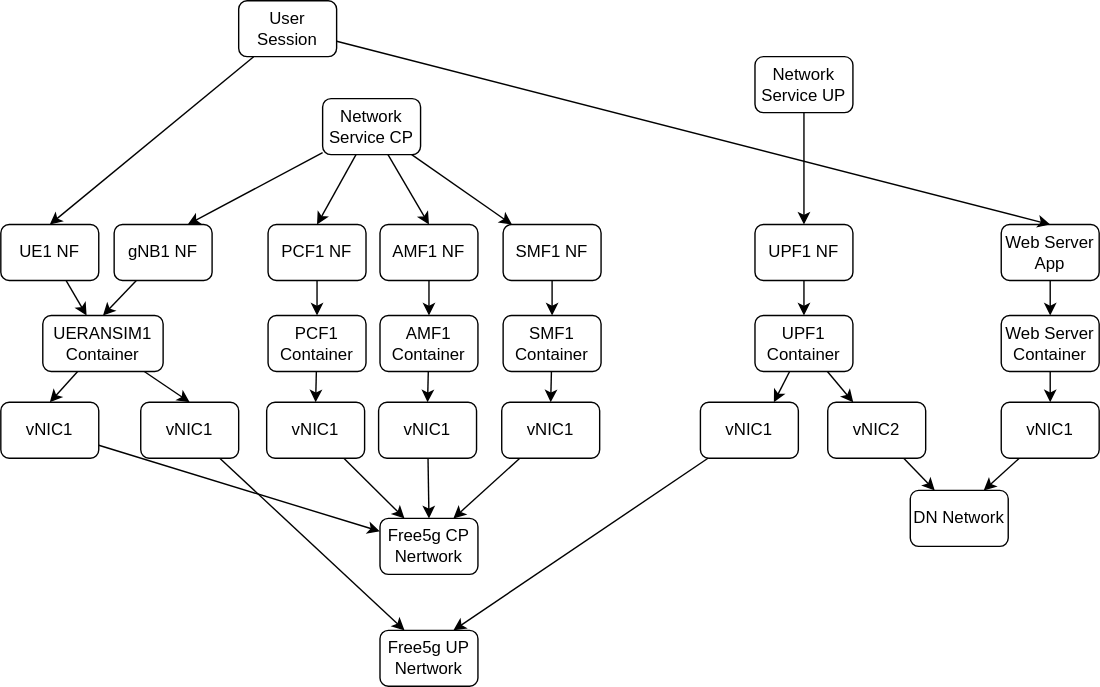
Before: docs/data/exampleinstance.drawio.svg, a diagram exported from draw.io (brianpnaughton/free5gc-lab). Source tidied: cells renumbered, new cells last; positions are measured from the earlier drawing's top-left corner, leaving out a move shared by most shapes.
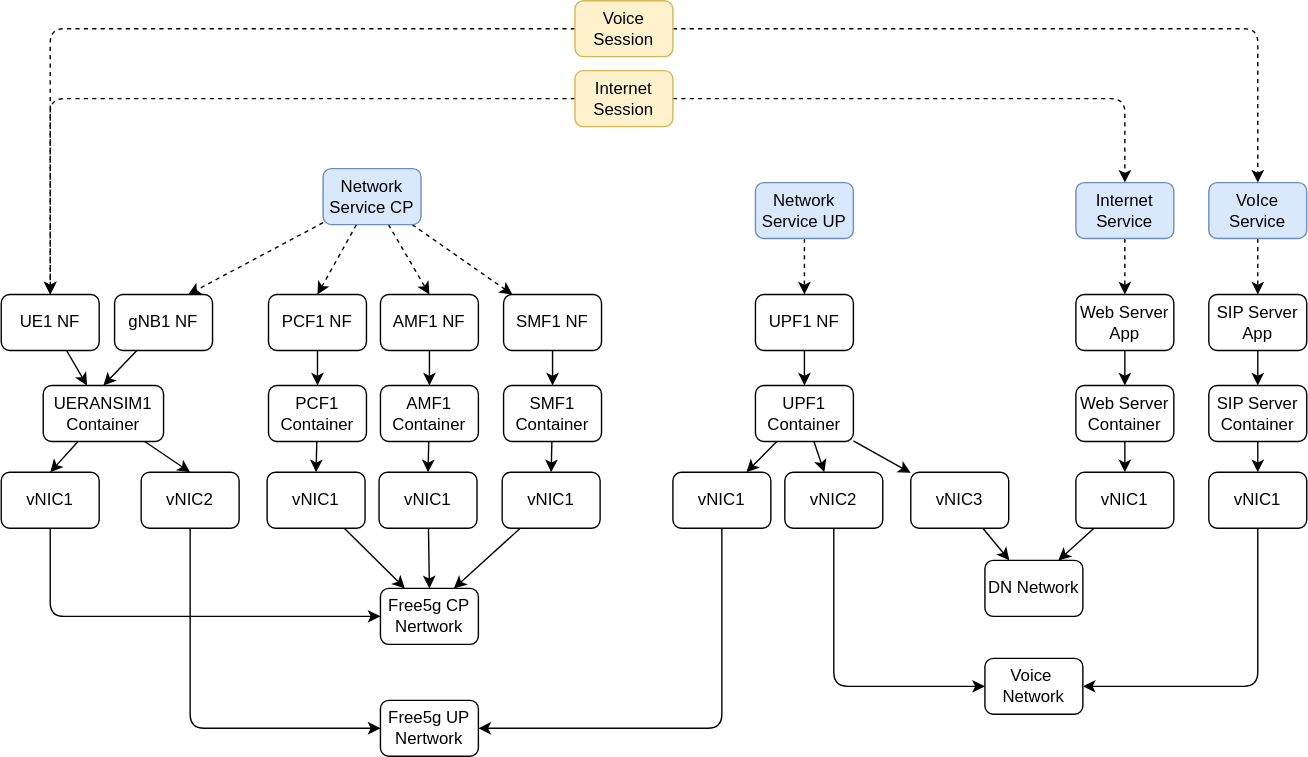
Above is the later version.

Change to the diagram source:
```diff
@@ -14,23 +14,26 @@
     <mxCell id="5" style="edgeStyle=none;html=1;" parent="1" edge="1" source="6" target="10">
       <mxGeometry relative="1" as="geometry" />
     </mxCell>
+    <mxCell id="59" style="edgeStyle=none;html=1;" parent="1" edge="1" source="6" target="72">
+      <mxGeometry relative="1" as="geometry" />
+    </mxCell>
     <mxCell id="6" value="UPF1 Container" style="rounded=1;whiteSpace=wrap;html=1;" parent="1" vertex="1">
       <mxGeometry x="539" y="225" width="70" height="40" as="geometry" />
     </mxCell>
-    <mxCell id="7" style="edgeStyle=none;html=1;entryX=0.75;entryY=0;entryDx=0;entryDy=0;" parent="1" edge="1" source="8" target="12">
+    <mxCell id="7" style="edgeStyle=orthogonalEdgeStyle;html=1;entryX=1;entryY=0.5;entryDx=0;entryDy=0;exitX=0.5;exitY=1;exitDx=0;exitDy=0;" parent="1" edge="1" source="8" target="12">
       <mxGeometry relative="1" as="geometry" />
     </mxCell>
     <mxCell id="8" value="vNIC1" style="rounded=1;whiteSpace=wrap;html=1;" parent="1" vertex="1">
-      <mxGeometry x="500" y="287" width="70" height="40" as="geometry" />
+      <mxGeometry x="480" y="287" width="70" height="40" as="geometry" />
     </mxCell>
     <mxCell id="9" style="edgeStyle=none;html=1;entryX=0.25;entryY=0;entryDx=0;entryDy=0;" parent="1" edge="1" source="10" target="11">
       <mxGeometry relative="1" as="geometry" />
     </mxCell>
-    <mxCell id="10" value="vNIC2" style="rounded=1;whiteSpace=wrap;html=1;" parent="1" vertex="1">
-      <mxGeometry x="591" y="287" width="70" height="40" as="geometry" />
+    <mxCell id="10" value="vNIC3" style="rounded=1;whiteSpace=wrap;html=1;" parent="1" vertex="1">
+      <mxGeometry x="650" y="287" width="70" height="40" as="geometry" />
     </mxCell>
     <mxCell id="11" value="DN Network" style="rounded=1;whiteSpace=wrap;html=1;" parent="1" vertex="1">
-      <mxGeometry x="650" y="350" width="70" height="40" as="geometry" />
+      <mxGeometry x="703" y="350" width="70" height="40" as="geometry" />
     </mxCell>
     <mxCell id="12" value="Free5g UP Nertwork" style="rounded=1;whiteSpace=wrap;html=1;" parent="1" vertex="1">
       <mxGeometry x="271" y="450" width="70" height="40" as="geometry" />
@@ -39,33 +42,33 @@
       <mxGeometry relative="1" as="geometry" />
     </mxCell>
     <mxCell id="14" value="Web Server Container" style="rounded=1;whiteSpace=wrap;html=1;" parent="1" vertex="1">
-      <mxGeometry x="715" y="225" width="70" height="40" as="geometry" />
+      <mxGeometry x="768" y="225" width="70" height="40" as="geometry" />
     </mxCell>
     <mxCell id="15" style="edgeStyle=none;html=1;entryX=0.5;entryY=0;entryDx=0;entryDy=0;" parent="1" edge="1" source="16" target="14">
       <mxGeometry relative="1" as="geometry" />
     </mxCell>
     <mxCell id="16" value="Web Server App" style="rounded=1;whiteSpace=wrap;html=1;" parent="1" vertex="1">
-      <mxGeometry x="715" y="160" width="70" height="40" as="geometry" />
+      <mxGeometry x="768" y="160" width="70" height="40" as="geometry" />
     </mxCell>
     <mxCell id="17" style="edgeStyle=none;html=1;entryX=0.75;entryY=0;entryDx=0;entryDy=0;" parent="1" edge="1" source="18" target="11">
       <mxGeometry relative="1" as="geometry" />
     </mxCell>
     <mxCell id="18" value="vNIC1" style="rounded=1;whiteSpace=wrap;html=1;" parent="1" vertex="1">
-      <mxGeometry x="715" y="287" width="70" height="40" as="geometry" />
+      <mxGeometry x="768" y="287" width="70" height="40" as="geometry" />
     </mxCell>
-    <mxCell id="19" style="edgeStyle=none;html=1;" parent="1" edge="1" source="23" target="25">
+    <mxCell id="19" style="edgeStyle=none;html=1;dashed=1;" parent="1" edge="1" source="23" target="25">
       <mxGeometry relative="1" as="geometry" />
     </mxCell>
-    <mxCell id="20" style="edgeStyle=none;html=1;entryX=0.5;entryY=0;entryDx=0;entryDy=0;" parent="1" edge="1" source="23" target="31">
+    <mxCell id="20" style="edgeStyle=none;html=1;entryX=0.5;entryY=0;entryDx=0;entryDy=0;dashed=1;" parent="1" edge="1" source="23" target="31">
       <mxGeometry relative="1" as="geometry" />
     </mxCell>
-    <mxCell id="21" style="edgeStyle=none;html=1;entryX=0.5;entryY=0;entryDx=0;entryDy=0;" parent="1" edge="1" source="23" target="37">
+    <mxCell id="21" style="edgeStyle=none;html=1;entryX=0.5;entryY=0;entryDx=0;entryDy=0;dashed=1;" parent="1" edge="1" source="23" target="37">
       <mxGeometry relative="1" as="geometry" />
     </mxCell>
-    <mxCell id="22" style="edgeStyle=none;html=1;entryX=0.75;entryY=0;entryDx=0;entryDy=0;" parent="1" edge="1" source="23" target="47">
+    <mxCell id="22" style="edgeStyle=none;html=1;entryX=0.75;entryY=0;entryDx=0;entryDy=0;dashed=1;" parent="1" edge="1" source="23" target="47">
       <mxGeometry relative="1" as="geometry" />
     </mxCell>
-    <mxCell id="23" value="Network Service CP" style="rounded=1;whiteSpace=wrap;html=1;" parent="1" vertex="1">
+    <mxCell id="23" value="Network Service CP" style="rounded=1;whiteSpace=wrap;html=1;fillColor=#dae8fc;strokeColor=#6c8ebf;" parent="1" vertex="1">
       <mxGeometry x="230" y="70" width="70" height="40" as="geometry" />
     </mxCell>
     <mxCell id="24" style="edgeStyle=none;html=1;entryX=0.5;entryY=0;entryDx=0;entryDy=0;" parent="1" edge="1" source="25" target="27">
@@ -122,14 +125,14 @@
     <mxCell id="41" value="vNIC1" style="rounded=1;whiteSpace=wrap;html=1;" parent="1" vertex="1">
       <mxGeometry x="190" y="287" width="70" height="40" as="geometry" />
     </mxCell>
-    <mxCell id="42" style="edgeStyle=none;html=1;entryX=0.5;entryY=0;entryDx=0;entryDy=0;" parent="1" edge="1" source="44" target="54">
+    <mxCell id="42" style="edgeStyle=orthogonalEdgeStyle;html=1;entryX=0.5;entryY=0;entryDx=0;entryDy=0;dashed=1;" parent="1" edge="1" source="44" target="54">
       <mxGeometry relative="1" as="geometry" />
     </mxCell>
-    <mxCell id="43" style="edgeStyle=none;html=1;entryX=0.5;entryY=0;entryDx=0;entryDy=0;" parent="1" edge="1" source="44" target="16">
+    <mxCell id="43" style="edgeStyle=orthogonalEdgeStyle;html=1;entryX=0.5;entryY=0;entryDx=0;entryDy=0;dashed=1;" parent="1" edge="1" source="44" target="61">
       <mxGeometry relative="1" as="geometry" />
     </mxCell>
-    <mxCell id="44" value="User Session" style="rounded=1;whiteSpace=wrap;html=1;" parent="1" vertex="1">
-      <mxGeometry x="170" width="70" height="40" as="geometry" />
+    <mxCell id="44" value="Internet Session" style="rounded=1;whiteSpace=wrap;html=1;fillColor=#fff2cc;strokeColor=#d6b656;" parent="1" vertex="1">
+      <mxGeometry x="410" width="70" height="40" as="geometry" />
     </mxCell>
     <mxCell id="45" value="Free5g CP Nertwork" style="rounded=1;whiteSpace=wrap;html=1;" parent="1" vertex="1">
       <mxGeometry x="271" y="370" width="70" height="40" as="geometry" />
@@ -149,7 +152,7 @@
     <mxCell id="50" value="UERANSIM1 Container" style="rounded=1;whiteSpace=wrap;html=1;" parent="1" vertex="1">
       <mxGeometry x="30" y="225" width="86" height="40" as="geometry" />
     </mxCell>
-    <mxCell id="51" style="edgeStyle=none;html=1;" parent="1" edge="1" source="52" target="45">
+    <mxCell id="51" style="edgeStyle=orthogonalEdgeStyle;html=1;exitX=0.5;exitY=1;exitDx=0;exitDy=0;entryX=0;entryY=0.5;entryDx=0;entryDy=0;" parent="1" edge="1" source="52" target="45">
       <mxGeometry relative="1" as="geometry" />
     </mxCell>
     <mxCell id="52" value="vNIC1" style="rounded=1;whiteSpace=wrap;html=1;" parent="1" vertex="1">
@@ -161,17 +164,65 @@
     <mxCell id="54" value="UE1 NF" style="rounded=1;whiteSpace=wrap;html=1;" parent="1" vertex="1">
       <mxGeometry y="160" width="70" height="40" as="geometry" />
     </mxCell>
-    <mxCell id="55" style="edgeStyle=none;html=1;entryX=0.25;entryY=0;entryDx=0;entryDy=0;" parent="1" edge="1" source="56" target="12">
+    <mxCell id="55" style="edgeStyle=orthogonalEdgeStyle;html=1;entryX=0;entryY=0.5;entryDx=0;entryDy=0;exitX=0.5;exitY=1;exitDx=0;exitDy=0;" parent="1" edge="1" source="56" target="12">
       <mxGeometry relative="1" as="geometry" />
     </mxCell>
-    <mxCell id="56" value="vNIC1" style="rounded=1;whiteSpace=wrap;html=1;" parent="1" vertex="1">
+    <mxCell id="56" value="vNIC2" style="rounded=1;whiteSpace=wrap;html=1;" parent="1" vertex="1">
       <mxGeometry x="100" y="287" width="70" height="40" as="geometry" />
     </mxCell>
-    <mxCell id="57" style="edgeStyle=none;html=1;entryX=0.5;entryY=0;entryDx=0;entryDy=0;" parent="1" edge="1" source="58" target="3">
+    <mxCell id="57" style="edgeStyle=none;html=1;entryX=0.5;entryY=0;entryDx=0;entryDy=0;dashed=1;" parent="1" edge="1" source="58" target="3">
       <mxGeometry relative="1" as="geometry" />
     </mxCell>
-    <mxCell id="58" value="Network Service UP" style="rounded=1;whiteSpace=wrap;html=1;" parent="1" vertex="1">
-      <mxGeometry x="539" y="40" width="70" height="40" as="geometry" />
+    <mxCell id="58" value="Network Service UP" style="rounded=1;whiteSpace=wrap;html=1;fillColor=#dae8fc;strokeColor=#6c8ebf;" parent="1" vertex="1">
+      <mxGeometry x="539" y="80" width="70" height="40" as="geometry" />
     </mxCell>
+    <mxCell id="60" style="edgeStyle=none;html=1;dashed=1;" parent="1" edge="1" source="61" target="16">
+      <mxGeometry relative="1" as="geometry" />
+    </mxCell>
+    <mxCell id="61" value="Internet Service" style="rounded=1;whiteSpace=wrap;html=1;fillColor=#dae8fc;strokeColor=#6c8ebf;" parent="1" vertex="1">
+      <mxGeometry x="768" y="80" width="70" height="40" as="geometry" />
+    </mxCell>
+    <mxCell id="62" style="edgeStyle=none;html=1;dashed=1;" parent="1" edge="1" source="63" target="67">
+      <mxGeometry relative="1" as="geometry" />
+    </mxCell>
+    <mxCell id="63" value="VoIce Service" style="rounded=1;whiteSpace=wrap;html=1;fillColor=#dae8fc;strokeColor=#6c8ebf;" parent="1" vertex="1">
+      <mxGeometry x="863" y="80" width="70" height="40" as="geometry" />
+    </mxCell>
+    <mxCell id="64" style="edgeStyle=none;html=1;" parent="1" edge="1" source="65" target="69">
+      <mxGeometry relative="1" as="geometry" />
+    </mxCell>
+    <mxCell id="65" value="SIP Server Container" style="rounded=1;whiteSpace=wrap;html=1;" parent="1" vertex="1">
+      <mxGeometry x="863" y="225" width="70" height="40" as="geometry" />
+    </mxCell>
+    <mxCell id="66" style="edgeStyle=none;html=1;" parent="1" edge="1" source="67" target="65">
+      <mxGeometry relative="1" as="geometry" />
+    </mxCell>
+    <mxCell id="67" value="SIP Server App" style="rounded=1;whiteSpace=wrap;html=1;" parent="1" vertex="1">
+      <mxGeometry x="863" y="160" width="70" height="40" as="geometry" />
+    </mxCell>
+    <mxCell id="68" style="edgeStyle=orthogonalEdgeStyle;html=1;entryX=1;entryY=0.5;entryDx=0;entryDy=0;exitX=0.5;exitY=1;exitDx=0;exitDy=0;" parent="1" edge="1" source="69" target="70">
+      <mxGeometry relative="1" as="geometry" />
+    </mxCell>
+    <mxCell id="69" value="vNIC1" style="rounded=1;whiteSpace=wrap;html=1;" parent="1" vertex="1">
+      <mxGeometry x="863" y="287" width="70" height="40" as="geometry" />
+    </mxCell>
+    <mxCell id="70" value="Voice&amp;nbsp; Network" style="rounded=1;whiteSpace=wrap;html=1;" parent="1" vertex="1">
+      <mxGeometry x="703" y="420" width="70" height="40" as="geometry" />
+    </mxCell>
+    <mxCell id="71" style="edgeStyle=orthogonalEdgeStyle;html=1;entryX=0;entryY=0.5;entryDx=0;entryDy=0;exitX=0.5;exitY=1;exitDx=0;exitDy=0;" parent="1" edge="1" source="72" target="70">
+      <mxGeometry relative="1" as="geometry" />
+    </mxCell>
+    <mxCell id="72" value="vNIC2" style="rounded=1;whiteSpace=wrap;html=1;" parent="1" vertex="1">
+      <mxGeometry x="560" y="287" width="70" height="40" as="geometry" />
+    </mxCell>
+    <mxCell id="73" style="edgeStyle=orthogonalEdgeStyle;html=1;dashed=1;" parent="1" edge="1" source="75" target="63">
+      <mxGeometry relative="1" as="geometry" />
+    </mxCell>
+    <mxCell id="74" style="edgeStyle=orthogonalEdgeStyle;html=1;entryX=0.5;entryY=0;entryDx=0;entryDy=0;dashed=1;" parent="1" edge="1" source="75" target="54">
+      <mxGeometry relative="1" as="geometry" />
+    </mxCell>
+    <mxCell id="75" value="Voice Session" style="rounded=1;whiteSpace=wrap;html=1;fillColor=#fff2cc;strokeColor=#d6b656;" parent="1" vertex="1">
+      <mxGeometry x="410" y="-50" width="70" height="40" as="geometry" />
+    </mxCell>
   </root>
 </mxGraphModel>
```
